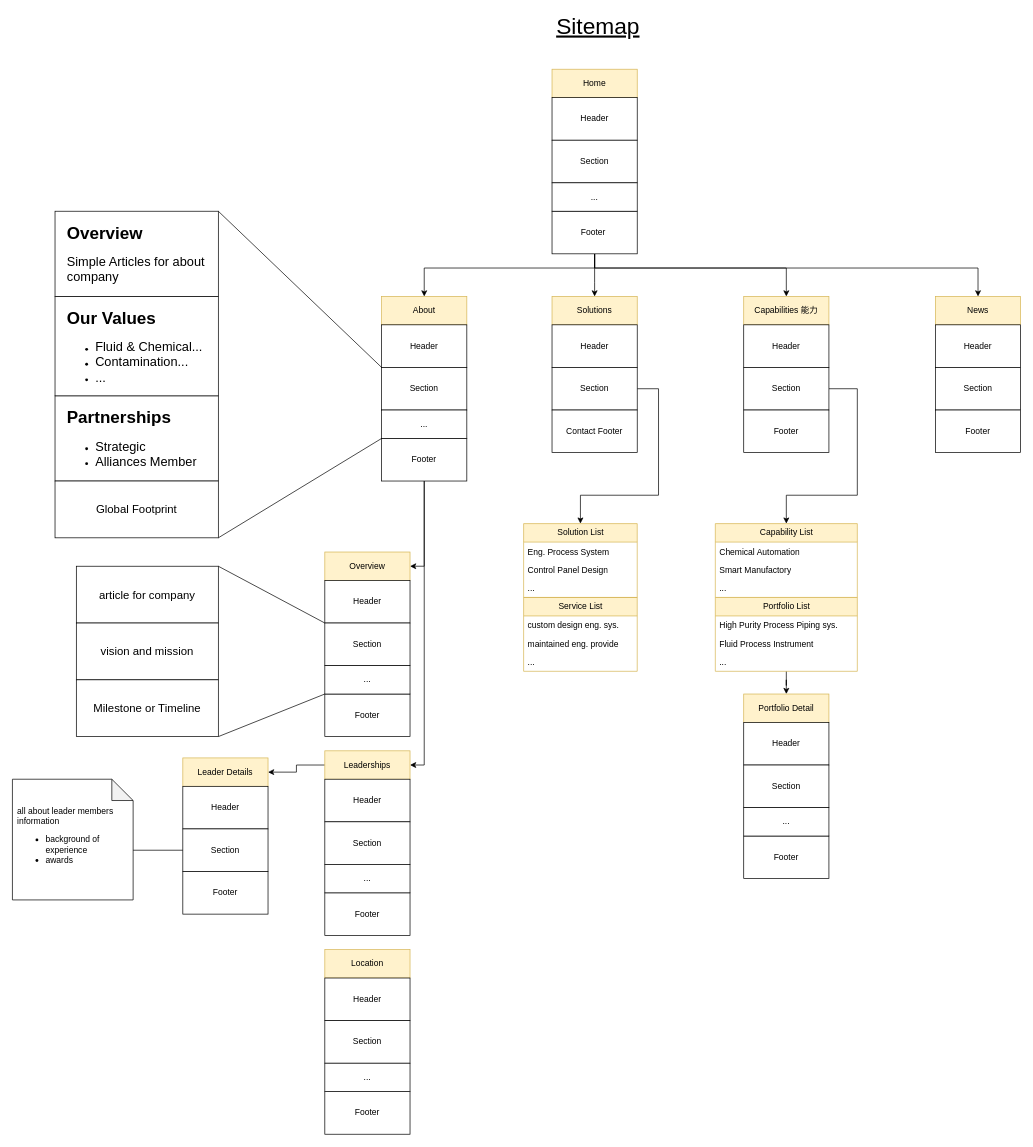
johnseetoh25/draw.io_Gallery keeps this draw.io diagram as Website_Design_Process.drawio. Above is the earlier version. Source tidied: cells renumbered, new cells numbered last; positions are measured from the earlier drawing's top-left corner, leaving out a move shared by most shapes. Both pictures are drawn from the tidied source at 71%, with x=0, y=0 at pixel (12, 12).
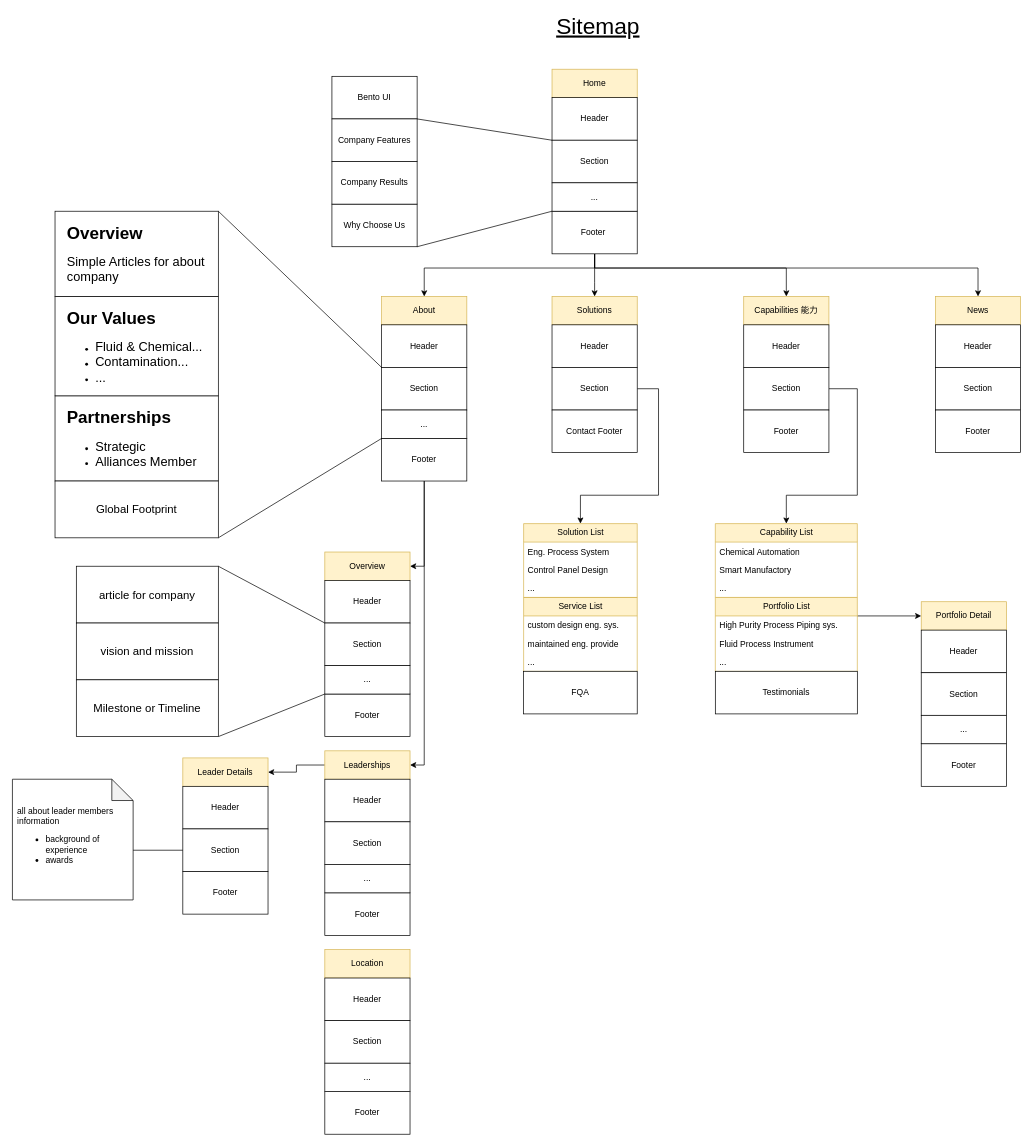
After the change.

The change refers to these unchanged cells:
```xml
<mxCell id="5" value="Section" style="rounded=0;whiteSpace=wrap;html=1;" parent="1" vertex="1">
  <mxGeometry x="760" y="180" width="120" height="60" as="geometry" />
</mxCell>
<mxCell id="11" value="..." style="rounded=0;whiteSpace=wrap;html=1;" parent="1" vertex="1">
  <mxGeometry x="760" y="240" width="120" height="40" as="geometry" />
</mxCell>
<mxCell id="83" value="Portfolio List" style="swimlane;fontStyle=0;horizontal=1;startSize=26;fillColor=#fff2cc;html=1;strokeColor=#d6b656;" parent="1" vertex="1">
  <mxGeometry x="990" y="824" width="200" height="104" as="geometry" />
</mxCell>
```

Change to the diagram source:
```diff
@@
-    <mxCell id="82" style="edgeStyle=orthogonalEdgeStyle;rounded=0;jettySize=auto;html=1;entryX=0.5;entryY=0;entryDx=0;entryDy=0;" parent="1" edge="1" source="83" target="87">
+    <mxCell id="82" style="edgeStyle=orthogonalEdgeStyle;rounded=0;jettySize=auto;html=1;entryX=0;entryY=0.5;entryDx=0;entryDy=0;exitX=1;exitY=0.25;exitDx=0;exitDy=0;" parent="1" edge="1" source="83" target="87">
       <mxGeometry relative="1" as="geometry" />
     </mxCell>
@@
     <mxCell id="87" value="Portfolio Detail" style="rounded=0;whiteSpace=wrap;html=1;fillColor=#fff2cc;strokeColor=#d6b656;" parent="1" vertex="1">
-      <mxGeometry x="1030" y="960" width="120" height="40" as="geometry" />
+      <mxGeometry x="1280" y="830" width="120" height="40" as="geometry" />
     </mxCell>
     <mxCell id="88" value="Header" style="rounded=0;whiteSpace=wrap;html=1;" parent="1" vertex="1">
-      <mxGeometry x="1030" y="1000" width="120" height="60" as="geometry" />
+      <mxGeometry x="1280" y="870" width="120" height="60" as="geometry" />
     </mxCell>
     <mxCell id="89" value="Section" style="rounded=0;whiteSpace=wrap;html=1;" parent="1" vertex="1">
-      <mxGeometry x="1030" y="1060" width="120" height="60" as="geometry" />
+      <mxGeometry x="1280" y="930" width="120" height="60" as="geometry" />
     </mxCell>
     <mxCell id="90" value="Footer" style="rounded=0;whiteSpace=wrap;html=1;" parent="1" vertex="1">
-      <mxGeometry x="1030" y="1160" width="120" height="60" as="geometry" />
+      <mxGeometry x="1280" y="1030" width="120" height="60" as="geometry" />
     </mxCell>
     <mxCell id="91" value="..." style="rounded=0;whiteSpace=wrap;html=1;" parent="1" vertex="1">
-      <mxGeometry x="1030" y="1120" width="120" height="40" as="geometry" />
+      <mxGeometry x="1280" y="990" width="120" height="40" as="geometry" />
     </mxCell>
+    <mxCell id="92" value="FQA" style="rounded=0;whiteSpace=wrap;html=1;" parent="1" vertex="1">
+      <mxGeometry x="720" y="928" width="160" height="60" as="geometry" />
+    </mxCell>
+    <mxCell id="93" value="Testimonials" style="rounded=0;whiteSpace=wrap;html=1;" parent="1" vertex="1">
+      <mxGeometry x="990" y="928" width="200" height="60" as="geometry" />
+    </mxCell>
+    <mxCell id="94" value="Bento UI" style="rounded=0;whiteSpace=wrap;html=1;" parent="1" vertex="1">
+      <mxGeometry x="450" y="90" width="120" height="60" as="geometry" />
+    </mxCell>
+    <mxCell id="95" value="Why Choose Us" style="rounded=0;whiteSpace=wrap;html=1;" parent="1" vertex="1">
+      <mxGeometry x="450" y="270" width="120" height="60" as="geometry" />
+    </mxCell>
+    <mxCell id="96" value="Company Features" style="rounded=0;whiteSpace=wrap;html=1;" parent="1" vertex="1">
+      <mxGeometry x="450" y="150" width="120" height="60" as="geometry" />
+    </mxCell>
+    <mxCell id="97" value="Company Results" style="rounded=0;whiteSpace=wrap;html=1;" parent="1" vertex="1">
+      <mxGeometry x="450" y="210" width="120" height="60" as="geometry" />
+    </mxCell>
+    <mxCell id="98" style="endArrow=none;html=1;rounded=0;entryX=0;entryY=1;entryDx=0;entryDy=0;exitX=1;exitY=1;exitDx=0;exitDy=0;" parent="1" edge="1" source="95" target="11">
+      <mxGeometry relative="1" as="geometry" />
+    </mxCell>
+    <mxCell id="99" style="endArrow=none;html=1;rounded=0;entryX=0;entryY=0;entryDx=0;entryDy=0;exitX=1;exitY=0;exitDx=0;exitDy=0;" parent="1" edge="1" source="96" target="5">
+      <mxGeometry relative="1" as="geometry" />
+    </mxCell>
```
